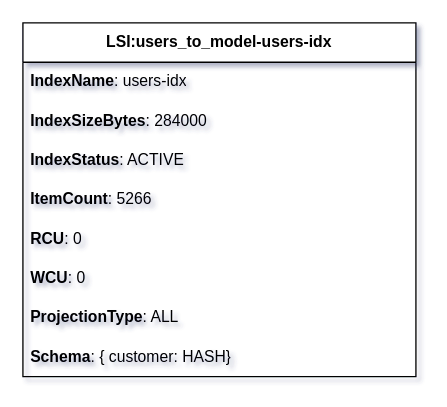
Before: docs/docs/core-components/output/drawio/list.drawio in tsypuk/multicloud-diagrams, a draw.io diagram. Source tidied: cells renumbered, new cells numbered last; positions are measured from the earlier drawing's top-left corner, leaving out a move shared by most shapes. Both pictures are drawn from the tidied source at 131%, with x=0, y=0 at pixel (22, 22).
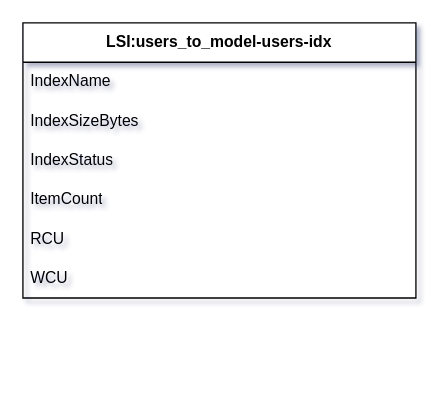
Above is the later version.

Commit message (it also covers changes not shown here):
feat: add map, changed list

The edit, as a diff of the source:
```diff
@@
 <mxGraphModel shadow="1">
   <root>
     <mxCell id="0" />
     <mxCell id="1" parent="0" />
     <mxCell id="2" value="&lt;b&gt;LSI:users_to_model-users-idx&lt;/b&gt;" style="swimlane;fontStyle=0;horizontal=1;startSize=30;whiteSpace=wrap;html=1;" parent="1" vertex="1">
-      <mxGeometry width="300" height="270" as="geometry" />
+      <mxGeometry width="300" height="210" as="geometry" />
     </mxCell>
-    <mxCell id="3" value="&lt;b&gt;IndexName&lt;/b&gt;:  users-idx" style="text;strokeColor=none;fillColor=none;align=left;verticalAlign=middle;spacingLeft=4;spacingRight=4;overflow=hidden;whiteSpace=wrap;html=1;" parent="2" vertex="1">
+    <mxCell id="3" value="IndexName" style="text;strokeColor=none;fillColor=none;align=left;verticalAlign=middle;spacingLeft=4;spacingRight=4;overflow=hidden;whiteSpace=wrap;html=1;" parent="2" vertex="1">
       <mxGeometry y="30" width="300" height="30" as="geometry" />
     </mxCell>
-    <mxCell id="4" value="&lt;b&gt;IndexSizeBytes&lt;/b&gt;:  284000" style="text;strokeColor=none;fillColor=none;align=left;verticalAlign=middle;spacingLeft=4;spacingRight=4;overflow=hidden;whiteSpace=wrap;html=1;" parent="2" vertex="1">
+    <mxCell id="4" value="IndexSizeBytes" style="text;strokeColor=none;fillColor=none;align=left;verticalAlign=middle;spacingLeft=4;spacingRight=4;overflow=hidden;whiteSpace=wrap;html=1;" parent="2" vertex="1">
       <mxGeometry y="60" width="300" height="30" as="geometry" />
     </mxCell>
-    <mxCell id="5" value="&lt;b&gt;IndexStatus&lt;/b&gt;:  ACTIVE" style="text;strokeColor=none;fillColor=none;align=left;verticalAlign=middle;spacingLeft=4;spacingRight=4;overflow=hidden;whiteSpace=wrap;html=1;" parent="2" vertex="1">
+    <mxCell id="5" value="IndexStatus" style="text;strokeColor=none;fillColor=none;align=left;verticalAlign=middle;spacingLeft=4;spacingRight=4;overflow=hidden;whiteSpace=wrap;html=1;" parent="2" vertex="1">
       <mxGeometry y="90" width="300" height="30" as="geometry" />
     </mxCell>
-    <mxCell id="6" value="&lt;b&gt;ItemCount&lt;/b&gt;:  5266" style="text;strokeColor=none;fillColor=none;align=left;verticalAlign=middle;spacingLeft=4;spacingRight=4;overflow=hidden;whiteSpace=wrap;html=1;" parent="2" vertex="1">
+    <mxCell id="6" value="ItemCount" style="text;strokeColor=none;fillColor=none;align=left;verticalAlign=middle;spacingLeft=4;spacingRight=4;overflow=hidden;whiteSpace=wrap;html=1;" parent="2" vertex="1">
       <mxGeometry y="120" width="300" height="30" as="geometry" />
     </mxCell>
-    <mxCell id="7" value="&lt;b&gt;RCU&lt;/b&gt;:  0" style="text;strokeColor=none;fillColor=none;align=left;verticalAlign=middle;spacingLeft=4;spacingRight=4;overflow=hidden;whiteSpace=wrap;html=1;" parent="2" vertex="1">
+    <mxCell id="7" value="RCU" style="text;strokeColor=none;fillColor=none;align=left;verticalAlign=middle;spacingLeft=4;spacingRight=4;overflow=hidden;whiteSpace=wrap;html=1;" parent="2" vertex="1">
       <mxGeometry y="150" width="300" height="30" as="geometry" />
     </mxCell>
-    <mxCell id="8" value="&lt;b&gt;WCU&lt;/b&gt;:  0" style="text;strokeColor=none;fillColor=none;align=left;verticalAlign=middle;spacingLeft=4;spacingRight=4;overflow=hidden;whiteSpace=wrap;html=1;" parent="2" vertex="1">
+    <mxCell id="8" value="WCU" style="text;strokeColor=none;fillColor=none;align=left;verticalAlign=middle;spacingLeft=4;spacingRight=4;overflow=hidden;whiteSpace=wrap;html=1;" parent="2" vertex="1">
       <mxGeometry y="180" width="300" height="30" as="geometry" />
     </mxCell>
-    <mxCell id="9" value="&lt;b&gt;ProjectionType&lt;/b&gt;:  ALL" style="text;strokeColor=none;fillColor=none;align=left;verticalAlign=middle;spacingLeft=4;spacingRight=4;overflow=hidden;whiteSpace=wrap;html=1;" parent="2" vertex="1">
-      <mxGeometry y="210" width="300" height="30" as="geometry" />
-    </mxCell>
-    <mxCell id="10" value="&lt;b&gt;Schema&lt;/b&gt;:  { customer: HASH}" style="text;strokeColor=none;fillColor=none;align=left;verticalAlign=middle;spacingLeft=4;spacingRight=4;overflow=hidden;whiteSpace=wrap;html=1;" parent="2" vertex="1">
-      <mxGeometry y="240" width="300" height="30" as="geometry" />
-    </mxCell>
   </root>
 </mxGraphModel>
```
